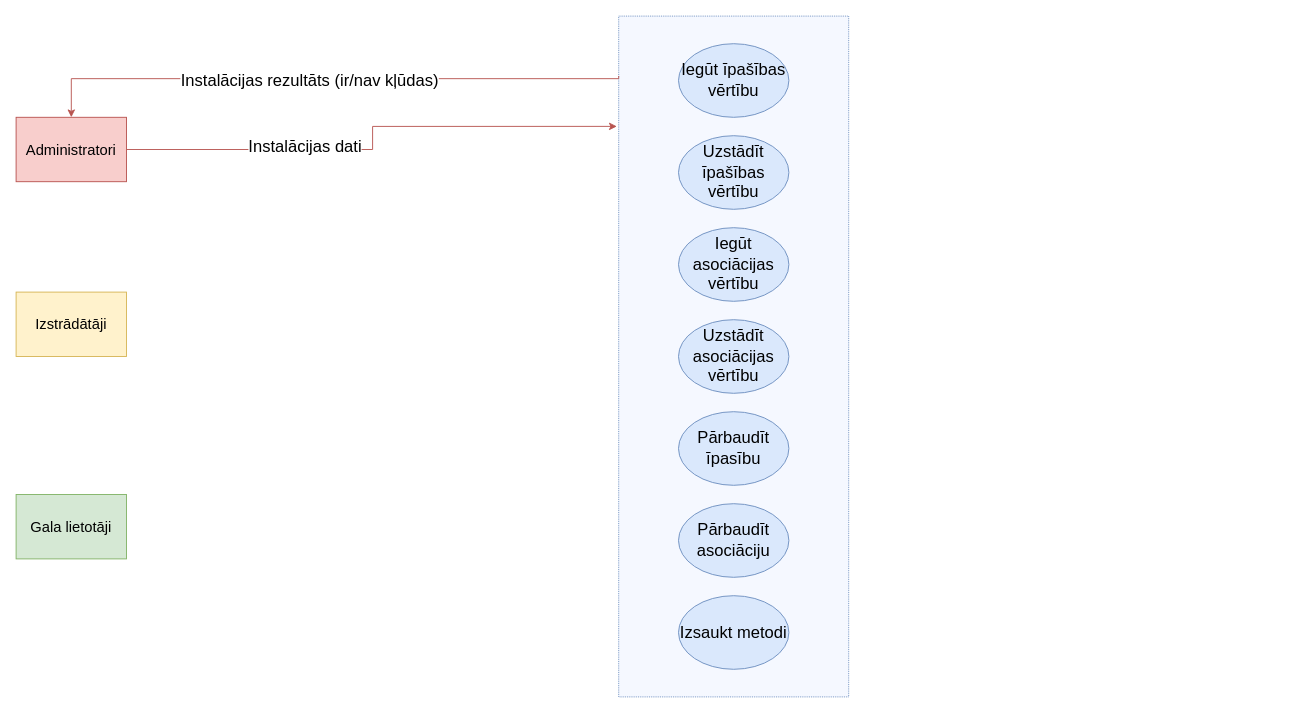
Above: page "Ģenerētā koda modulis" (6 of 9) of src/Kvalifikacijas darbs/arhitektura.drawio in artiks12/webAppOS (draw.io), before the change. Source tidied: cells renumbered, new cells numbered last; positions are measured from the earlier drawing's top-left corner, leaving out a move shared by most shapes. Both pictures are drawn from the tidied source at 92%, with x=0, y=0 at pixel (16, 16).
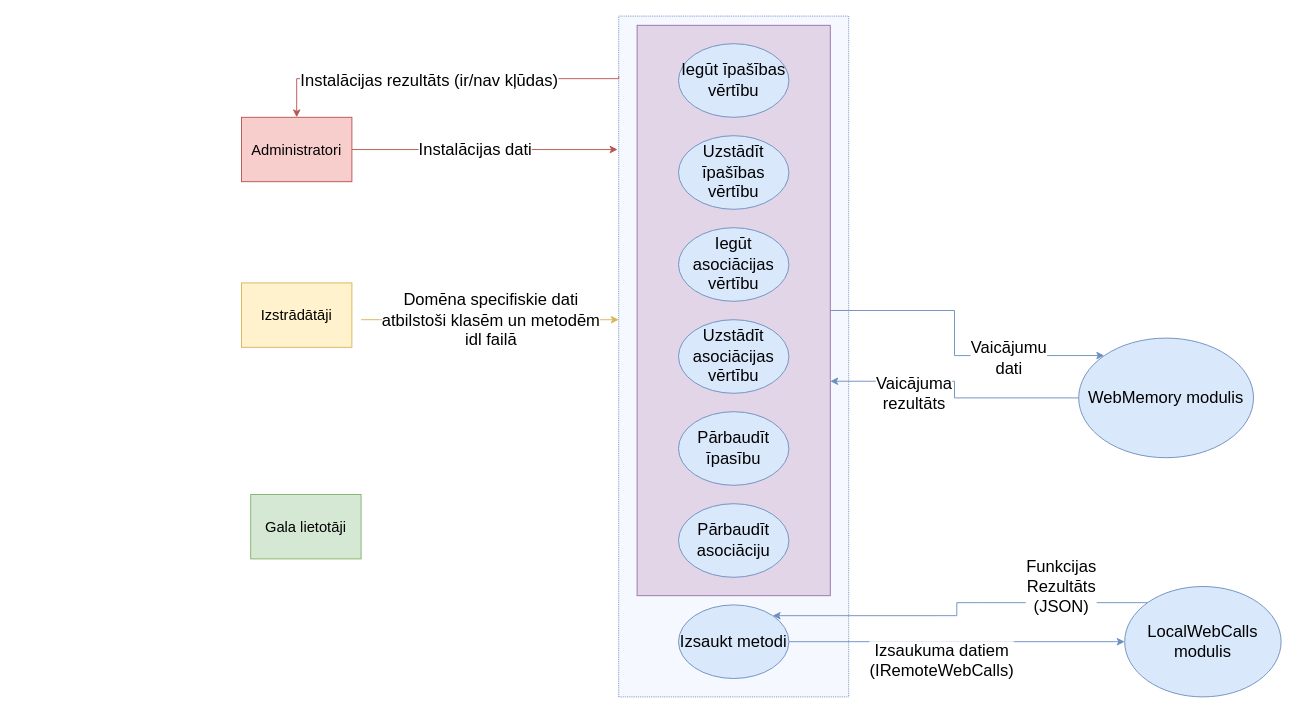
The same page after the edit.

Unchanged cells that the change refers to:
```xml
<mxCell id="2" style="rounded=0;whiteSpace=wrap;html=1;dashed=1;dashPattern=1 1;fillColor=#F5F8FF;strokeColor=#6c8ebf;" parent="1" vertex="1">
  <mxGeometry x="655" width="250" height="740" as="geometry" />
</mxCell>
```

Diff of the diagram source:
```diff
@@
+    <mxCell id="17" style="rounded=0;whiteSpace=wrap;html=1;labelBackgroundColor=#FFFFFF;fillColor=#e1d5e7;strokeColor=#9673a6;" parent="1" vertex="1">
+      <mxGeometry x="675" y="10" width="210" height="620" as="geometry" />
+    </mxCell>
+    <mxCell id="18" style="edgeStyle=orthogonalEdgeStyle;rounded=0;jettySize=auto;html=1;entryX=0.146;entryY=0.146;entryDx=0;entryDy=0;fillColor=#dae8fc;strokeColor=#6c8ebf;entryPerimeter=0;exitX=1;exitY=0.5;exitDx=0;exitDy=0;" parent="1" edge="1" source="17" target="21">
+      <mxGeometry relative="1" as="geometry" />
+    </mxCell>
+    <mxCell id="19" style="edgeStyle=orthogonalEdgeStyle;rounded=0;jettySize=auto;html=1;exitX=1;exitY=0.5;exitDx=0;exitDy=0;entryX=0;entryY=0.5;entryDx=0;entryDy=0;fillColor=#dae8fc;strokeColor=#6c8ebf;" parent="1" edge="1" source="16" target="23">
+      <mxGeometry relative="1" as="geometry">
+        <Array as="points">
+          <mxPoint x="1195" y="680" />
+          <mxPoint x="1195" y="680" />
+        </Array>
+      </mxGeometry>
+    </mxCell>
@@
     <mxCell id="9" style="edgeStyle=orthogonalEdgeStyle;rounded=0;jettySize=auto;html=1;entryX=0.5;entryY=0;entryDx=0;entryDy=0;exitX=0;exitY=0.088;exitDx=0;exitDy=0;exitPerimeter=0;fillColor=#f8cecc;strokeColor=#b85450;" parent="1" edge="1" source="2" target="14">
       <mxGeometry relative="1" as="geometry">
         <Array as="points">
-          <mxPoint x="60" y="68" />
+          <mxPoint x="655" y="68" />
+          <mxPoint x="305" y="68" />
         </Array>
       </mxGeometry>
     </mxCell>
@@
     <mxCell id="11" value="&lt;font size=&quot;3&quot;&gt;Izstrādātāji&lt;/font&gt;" style="rounded=0;whiteSpace=wrap;html=1;fillColor=#fff2cc;strokeColor=#d6b656;" parent="1" vertex="1">
-      <mxGeometry y="300" width="120" height="70" as="geometry" />
+      <mxGeometry x="245" y="290" width="120" height="70" as="geometry" />
     </mxCell>
-    <mxCell id="12" style="edgeStyle=orthogonalEdgeStyle;rounded=0;jettySize=auto;html=1;entryX=-0.008;entryY=0.162;entryDx=0;entryDy=0;entryPerimeter=0;fillColor=#f8cecc;strokeColor=#b85450;" parent="1" edge="1" source="14" target="2">
+    <mxCell id="12" style="edgeStyle=orthogonalEdgeStyle;rounded=0;jettySize=auto;html=1;fillColor=#f8cecc;strokeColor=#b85450;entryX=-0.005;entryY=0.196;entryDx=0;entryDy=0;entryPerimeter=0;" parent="1" edge="1" source="14" target="2">
       <mxGeometry relative="1" as="geometry" />
     </mxCell>
     <mxCell id="13" value="&lt;font style=&quot;font-size: 18px&quot;&gt;Instalācijas dati&lt;/font&gt;" style="edgeLabel;html=1;align=center;verticalAlign=middle;" parent="12" vertex="1">
-      <mxGeometry x="-0.31" y="4" relative="1" as="geometry" />
+      <mxGeometry x="-0.31" y="4" relative="1" as="geometry">
+        <mxPoint x="33" y="4" as="offset" />
+      </mxGeometry>
     </mxCell>
     <mxCell id="14" value="&lt;font size=&quot;3&quot;&gt;Administratori&lt;br&gt;&lt;/font&gt;" style="rounded=0;whiteSpace=wrap;html=1;fillColor=#f8cecc;strokeColor=#b85450;" parent="1" vertex="1">
-      <mxGeometry y="110" width="120" height="70" as="geometry" />
+      <mxGeometry x="245" y="110" width="120" height="70" as="geometry" />
     </mxCell>
     <mxCell id="15" value="&lt;font size=&quot;3&quot;&gt;Gala lietotāji&lt;/font&gt;" style="rounded=0;whiteSpace=wrap;html=1;fillColor=#d5e8d4;strokeColor=#82b366;" parent="1" vertex="1">
-      <mxGeometry y="520" width="120" height="70" as="geometry" />
+      <mxGeometry x="255" y="520" width="120" height="70" as="geometry" />
     </mxCell>
     <mxCell id="16" value="&lt;font style=&quot;font-size: 18px&quot;&gt;Izsaukt metodi&lt;/font&gt;" style="ellipse;whiteSpace=wrap;html=1;fillColor=#dae8fc;strokeColor=#6c8ebf;" parent="1" vertex="1">
-      <mxGeometry x="720" y="630" width="120" height="80" as="geometry" />
+      <mxGeometry x="720" y="640" width="120" height="80" as="geometry" />
     </mxCell>
+    <mxCell id="20" style="edgeStyle=orthogonalEdgeStyle;rounded=0;jettySize=auto;html=1;exitX=0;exitY=0.5;exitDx=0;exitDy=0;entryX=1;entryY=0.624;entryDx=0;entryDy=0;fillColor=#dae8fc;strokeColor=#6c8ebf;entryPerimeter=0;" parent="1" edge="1" source="21" target="17">
+      <mxGeometry relative="1" as="geometry" />
+    </mxCell>
+    <mxCell id="21" value="&lt;font style=&quot;font-size: 18px&quot;&gt;WebMemory modulis&lt;/font&gt;" style="ellipse;whiteSpace=wrap;html=1;fillColor=#dae8fc;strokeColor=#6c8ebf;" parent="1" vertex="1">
+      <mxGeometry x="1155" y="350" width="190" height="130" as="geometry" />
+    </mxCell>
+    <mxCell id="22" style="edgeStyle=orthogonalEdgeStyle;rounded=0;jettySize=auto;html=1;exitX=0;exitY=0;exitDx=0;exitDy=0;entryX=1;entryY=0;entryDx=0;entryDy=0;fillColor=#dae8fc;strokeColor=#6c8ebf;" parent="1" edge="1" source="23" target="16">
+      <mxGeometry relative="1" as="geometry" />
+    </mxCell>
+    <mxCell id="23" value="&lt;font style=&quot;font-size: 18px&quot;&gt;LocalWebCalls modulis&lt;/font&gt;" style="ellipse;whiteSpace=wrap;html=1;fillColor=#dae8fc;strokeColor=#6c8ebf;" parent="1" vertex="1">
+      <mxGeometry x="1205" y="620" width="170" height="120" as="geometry" />
+    </mxCell>
+    <mxCell id="24" value="&lt;span style=&quot;font-size: 18px&quot;&gt;Vaicājumu &lt;br&gt;dati&lt;br&gt;&lt;/span&gt;" style="edgeLabel;html=1;align=center;verticalAlign=middle;labelBackgroundColor=#FFFFFF;" parent="1" vertex="1">
+      <mxGeometry x="1085" y="380" as="geometry">
+        <mxPoint x="-7" y="-9" as="offset" />
+      </mxGeometry>
+    </mxCell>
+    <mxCell id="25" value="&lt;font style=&quot;font-size: 18px&quot;&gt;Vaicājuma &lt;br&gt;rezultāts&lt;/font&gt;" style="edgeLabel;html=1;align=center;verticalAlign=middle;labelBackgroundColor=#FFFFFF;" parent="1" vertex="1">
+      <mxGeometry x="975" y="410" as="geometry" />
+    </mxCell>
+    <mxCell id="26" value="&lt;font style=&quot;font-size: 18px&quot;&gt;Izsaukuma datiem&lt;br&gt;(IRemoteWebCalls)&lt;br&gt;&lt;/font&gt;" style="edgeLabel;html=1;align=center;verticalAlign=middle;" parent="1" vertex="1">
+      <mxGeometry x="1005" y="700" as="geometry" />
+    </mxCell>
+    <mxCell id="27" value="&lt;font style=&quot;font-size: 18px&quot;&gt;Funkcijas&lt;br&gt;Rezultāts &lt;br&gt;(JSON)&lt;br&gt;&lt;/font&gt;" style="edgeLabel;html=1;align=center;verticalAlign=middle;" parent="1" vertex="1">
+      <mxGeometry x="1135" y="620" as="geometry" />
+    </mxCell>
+    <mxCell id="28" style="edgeStyle=orthogonalEdgeStyle;rounded=0;jettySize=auto;html=1;fillColor=#fff2cc;strokeColor=#d6b656;entryX=0;entryY=0.446;entryDx=0;entryDy=0;entryPerimeter=0;" parent="1" edge="1" target="2">
+      <mxGeometry relative="1" as="geometry">
+        <mxPoint x="375" y="330" as="sourcePoint" />
+        <Array as="points">
+          <mxPoint x="395" y="330" />
+          <mxPoint x="395" y="330" />
+        </Array>
+      </mxGeometry>
+    </mxCell>
+    <mxCell id="29" value="&lt;font style=&quot;font-size: 18px&quot;&gt;Domēna specifiskie dati&lt;br&gt;atbilstoši klasēm un metodēm &lt;br&gt;idl failā&lt;br&gt;&lt;/font&gt;" style="edgeLabel;html=1;align=center;verticalAlign=middle;" parent="28" vertex="1">
+      <mxGeometry x="0.34" y="3" relative="1" as="geometry">
+        <mxPoint x="-48" y="3" as="offset" />
+      </mxGeometry>
+    </mxCell>
```
